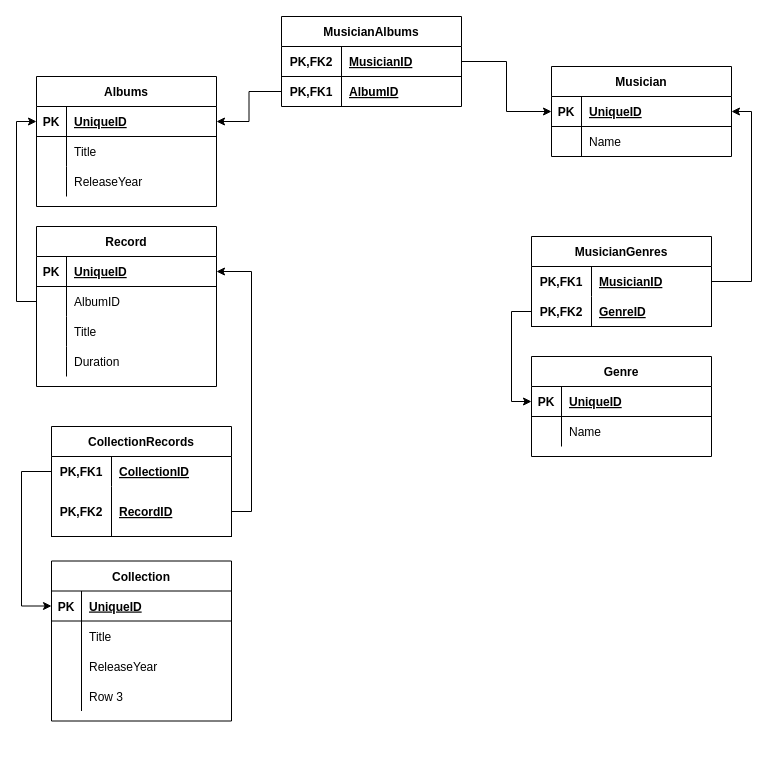
Before: Untitled Diagram.drawio in d-ival/ideamusic, a draw.io diagram. Source tidied: cells renumbered, new cells numbered last; positions are measured from the earlier drawing's top-left corner, leaving out a move shared by most shapes. Both pictures are drawn from the tidied source at 100%, with x=0, y=0 at pixel (21, 16).
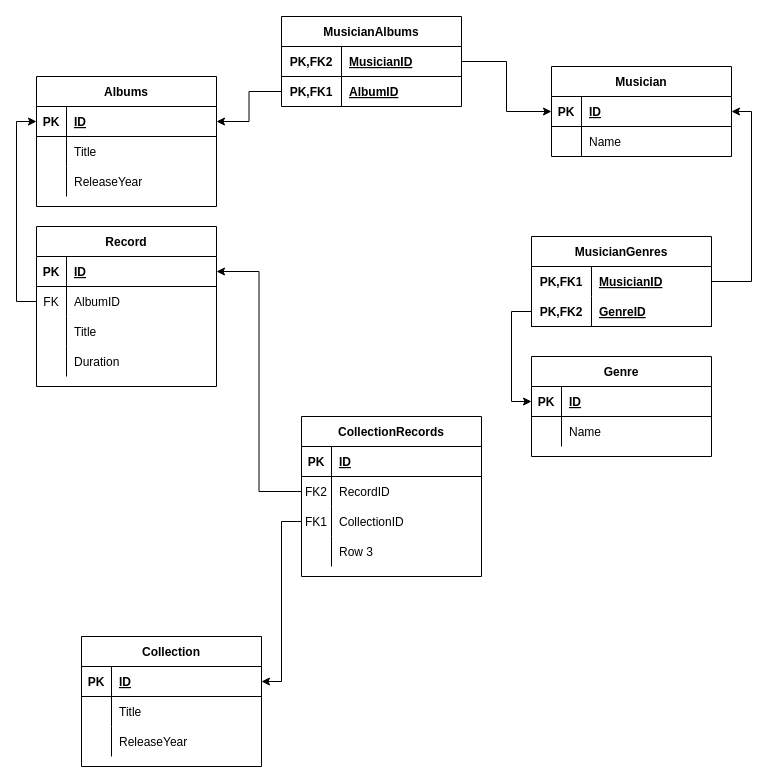
The same diagram, later.

Unchanged cells that the change refers to:
```xml
<mxCell id="3" style="shape=partialRectangle;fillColor=none;top=0;left=0;bottom=1;right=0;points=[[0,0.5],[1,0.5]];portConstraint=eastwest;" parent="2" vertex="1">
  <mxGeometry y="30" width="180" height="30" as="geometry" />
</mxCell>
<mxCell id="24" style="shape=partialRectangle;fillColor=none;top=0;left=0;bottom=1;right=0;points=[[0,0.5],[1,0.5]];portConstraint=eastwest;" parent="23" vertex="1">
  <mxGeometry y="30" width="180" height="30" as="geometry" />
</mxCell>
<mxCell id="39" style="shape=partialRectangle;fillColor=none;top=0;left=0;bottom=1;right=0;points=[[0,0.5],[1,0.5]];portConstraint=eastwest;" parent="38" vertex="1">
  <mxGeometry y="30" width="180" height="30" as="geometry" />
</mxCell>
<mxCell id="48" style="shape=partialRectangle;fillColor=none;top=0;left=0;bottom=1;right=0;points=[[0,0.5],[1,0.5]];portConstraint=eastwest;" parent="47" vertex="1">
  <mxGeometry y="30" width="180" height="30" as="geometry" />
</mxCell>
<mxCell id="51" style="shape=partialRectangle;fillColor=none;top=0;left=0;bottom=0;right=0;points=[[0,0.5],[1,0.5]];portConstraint=eastwest;" parent="47" vertex="1">
  <mxGeometry y="60" width="180" height="30" as="geometry" />
</mxCell>
<mxCell id="68" style="shape=partialRectangle;fillColor=none;top=0;left=0;bottom=1;right=0;points=[[0,0.5],[1,0.5]];portConstraint=eastwest;" parent="67" vertex="1">
  <mxGeometry y="30" width="180" height="30" as="geometry" />
</mxCell>
```

What changed in the source:
```diff
@@
-    <mxCell id="5" value="UniqueID" style="shape=partialRectangle;fillColor=none;top=0;left=0;bottom=0;right=0;align=left;spacingLeft=6;fontStyle=5;overflow=hidden;" parent="3" vertex="1">
+    <mxCell id="5" value="ID" style="shape=partialRectangle;fillColor=none;top=0;left=0;bottom=0;right=0;align=left;spacingLeft=6;fontStyle=5;overflow=hidden;" parent="3" vertex="1">
       <mxGeometry x="30" width="150" height="30" as="geometry" />
     </mxCell>
@@
-    <mxCell id="26" value="UniqueID" style="shape=partialRectangle;fillColor=none;top=0;left=0;bottom=0;right=0;align=left;spacingLeft=6;fontStyle=5;overflow=hidden;" parent="24" vertex="1">
+    <mxCell id="26" value="ID" style="shape=partialRectangle;fillColor=none;top=0;left=0;bottom=0;right=0;align=left;spacingLeft=6;fontStyle=5;overflow=hidden;" parent="24" vertex="1">
       <mxGeometry x="30" width="150" height="30" as="geometry" />
     </mxCell>
@@
-    <mxCell id="41" value="UniqueID" style="shape=partialRectangle;fillColor=none;top=0;left=0;bottom=0;right=0;align=left;spacingLeft=6;fontStyle=5;overflow=hidden;" parent="39" vertex="1">
+    <mxCell id="41" value="ID" style="shape=partialRectangle;fillColor=none;top=0;left=0;bottom=0;right=0;align=left;spacingLeft=6;fontStyle=5;overflow=hidden;" parent="39" vertex="1">
       <mxGeometry x="30" width="150" height="30" as="geometry" />
     </mxCell>
@@
-    <mxCell id="45" style="edgeStyle=orthogonalEdgeStyle;rounded=0;jettySize=auto;html=1;entryX=0;entryY=0.5;entryDx=0;entryDy=0;exitX=0;exitY=0.5;exitDx=0;exitDy=0;" parent="1" edge="1" source="61" target="68">
-      <mxGeometry relative="1" as="geometry">
-        <Array as="points">
-          <mxPoint y="455" />
-          <mxPoint y="590" />
-        </Array>
-      </mxGeometry>
-    </mxCell>
-    <mxCell id="46" style="edgeStyle=orthogonalEdgeStyle;rounded=0;jettySize=auto;html=1;entryX=1;entryY=0.5;entryDx=0;entryDy=0;" parent="1" edge="1" source="64" target="48">
-      <mxGeometry relative="1" as="geometry">
-        <Array as="points">
-          <mxPoint x="230" y="495" />
-          <mxPoint x="230" y="255" />
-        </Array>
-      </mxGeometry>
-    </mxCell>
@@
-    <mxCell id="50" value="UniqueID" style="shape=partialRectangle;fillColor=none;top=0;left=0;bottom=0;right=0;align=left;spacingLeft=6;fontStyle=5;overflow=hidden;" parent="48" vertex="1">
+    <mxCell id="50" value="ID" style="shape=partialRectangle;fillColor=none;top=0;left=0;bottom=0;right=0;align=left;spacingLeft=6;fontStyle=5;overflow=hidden;" parent="48" vertex="1">
       <mxGeometry x="30" width="150" height="30" as="geometry" />
     </mxCell>
@@
-    <mxCell id="52" style="shape=partialRectangle;fillColor=none;top=0;left=0;bottom=0;right=0;overflow=hidden;" parent="51" vertex="1">
+    <mxCell id="52" value="FK" style="shape=partialRectangle;fillColor=none;top=0;left=0;bottom=0;right=0;overflow=hidden;" parent="51" vertex="1">
       <mxGeometry width="30" height="30" as="geometry" />
     </mxCell>
@@
-    <mxCell id="60" value="CollectionRecords" style="shape=table;startSize=30;childLayout=tableLayout;rowLines=0;fontStyle=1;align=center;" parent="1" vertex="1">
-      <mxGeometry x="30" y="410" width="180" height="110" as="geometry" />
-    </mxCell>
-    <mxCell id="61" style="shape=partialRectangle;fillColor=none;top=0;left=0;bottom=0;right=0;points=[[0,0.5],[1,0.5]];portConstraint=eastwest;" parent="60" vertex="1">
-      <mxGeometry y="30" width="180" height="30" as="geometry" />
-    </mxCell>
-    <mxCell id="62" value="PK,FK1" style="shape=partialRectangle;fillColor=none;top=0;left=0;bottom=0;right=0;fontStyle=1;overflow=hidden;" parent="61" vertex="1">
-      <mxGeometry width="60" height="30" as="geometry" />
-    </mxCell>
-    <mxCell id="63" value="CollectionID" style="shape=partialRectangle;fillColor=none;top=0;left=0;bottom=0;right=0;align=left;spacingLeft=6;fontStyle=5;overflow=hidden;" parent="61" vertex="1">
-      <mxGeometry x="60" width="120" height="30" as="geometry" />
-    </mxCell>
-    <mxCell id="64" style="shape=partialRectangle;fillColor=none;top=0;left=0;bottom=1;right=0;points=[[0,0.5],[1,0.5]];portConstraint=eastwest;" parent="60" vertex="1">
-      <mxGeometry y="60" width="180" height="50" as="geometry" />
-    </mxCell>
-    <mxCell id="65" value="PK,FK2" style="shape=partialRectangle;fillColor=none;top=0;left=0;bottom=0;right=0;fontStyle=1;overflow=hidden;" parent="64" vertex="1">
-      <mxGeometry width="60" height="50" as="geometry" />
-    </mxCell>
-    <mxCell id="66" value="RecordID" style="shape=partialRectangle;fillColor=none;top=0;left=0;bottom=0;right=0;align=left;spacingLeft=6;fontStyle=5;overflow=hidden;" parent="64" vertex="1">
-      <mxGeometry x="60" width="120" height="50" as="geometry" />
-    </mxCell>
     <mxCell id="67" value="Collection" style="shape=table;startSize=30;childLayout=tableLayout;rowLines=0;fontStyle=1;align=center;" parent="1" vertex="1">
-      <mxGeometry x="30" y="544.5" width="180" height="160" as="geometry" />
+      <mxGeometry x="60" y="620" width="180" height="130" as="geometry" />
     </mxCell>
@@
-    <mxCell id="70" value="UniqueID" style="shape=partialRectangle;fillColor=none;top=0;left=0;bottom=0;right=0;align=left;spacingLeft=6;fontStyle=5;overflow=hidden;" parent="68" vertex="1">
+    <mxCell id="70" value="ID" style="shape=partialRectangle;fillColor=none;top=0;left=0;bottom=0;right=0;align=left;spacingLeft=6;fontStyle=5;overflow=hidden;" parent="68" vertex="1">
       <mxGeometry x="30" width="150" height="30" as="geometry" />
     </mxCell>
@@
+    <mxCell id="80" style="edgeStyle=orthogonalEdgeStyle;rounded=0;jettySize=auto;html=1;" parent="1" edge="1" source="86" target="68">
+      <mxGeometry relative="1" as="geometry" />
+    </mxCell>
+    <mxCell id="60" value="CollectionRecords" style="shape=table;startSize=30;childLayout=tableLayout;rowLines=0;fontStyle=1;align=center;" parent="1" vertex="1">
+      <mxGeometry x="280" y="400" width="180" height="160" as="geometry" />
+    </mxCell>
+    <mxCell id="81" style="shape=partialRectangle;fillColor=none;top=0;left=0;bottom=1;right=0;" parent="60" vertex="1">
+      <mxGeometry y="30" width="180" height="30" as="geometry" />
+    </mxCell>
+    <mxCell id="82" value="PK" style="shape=partialRectangle;fillColor=none;top=0;left=0;bottom=0;right=0;fontStyle=1;overflow=hidden;" parent="81" vertex="1">
+      <mxGeometry width="30" height="30" as="geometry" />
+    </mxCell>
+    <mxCell id="83" value="ID" style="shape=partialRectangle;fillColor=none;top=0;left=0;bottom=0;right=0;align=left;spacingLeft=6;fontStyle=5;overflow=hidden;" parent="81" vertex="1">
+      <mxGeometry x="30" width="150" height="30" as="geometry" />
+    </mxCell>
+    <mxCell id="84" style="shape=partialRectangle;fillColor=none;top=0;left=0;bottom=0;right=0;points=[[0,0.5],[1,0.5]];portConstraint=eastwest;" parent="60" vertex="1">
+      <mxGeometry y="60" width="180" height="30" as="geometry" />
+    </mxCell>
+    <mxCell id="85" value="FK2" style="shape=partialRectangle;fillColor=none;top=0;left=0;bottom=0;right=0;overflow=hidden;" parent="84" vertex="1">
+      <mxGeometry width="30" height="30" as="geometry" />
+    </mxCell>
+    <mxCell id="66" value="RecordID" style="shape=partialRectangle;fillColor=none;top=0;left=0;bottom=0;right=0;align=left;spacingLeft=6;overflow=hidden;" parent="84" vertex="1">
+      <mxGeometry x="30" width="150" height="30" as="geometry" />
+    </mxCell>
+    <mxCell id="86" style="shape=partialRectangle;fillColor=none;top=0;left=0;bottom=0;right=0;points=[[0,0.5],[1,0.5]];portConstraint=eastwest;" parent="60" vertex="1">
+      <mxGeometry y="90" width="180" height="30" as="geometry" />
+    </mxCell>
+    <mxCell id="87" value="FK1" style="shape=partialRectangle;fillColor=none;top=0;left=0;bottom=0;right=0;overflow=hidden;" parent="86" vertex="1">
+      <mxGeometry width="30" height="30" as="geometry" />
+    </mxCell>
+    <mxCell id="63" value="CollectionID" style="shape=partialRectangle;fillColor=none;top=0;left=0;bottom=0;right=0;align=left;spacingLeft=6;overflow=hidden;" parent="86" vertex="1">
+      <mxGeometry x="30" width="150" height="30" as="geometry" />
+    </mxCell>
-    <mxCell id="77" style="shape=partialRectangle;fillColor=none;top=0;left=0;bottom=0;right=0;" parent="67" vertex="1">
+    <mxCell id="77" style="shape=partialRectangle;fillColor=none;top=0;left=0;bottom=0;right=0;" parent="60" vertex="1">
       <mxGeometry y="120" width="180" height="30" as="geometry" />
     </mxCell>
@@
+    <mxCell id="88" style="edgeStyle=orthogonalEdgeStyle;rounded=0;jettySize=auto;html=1;entryX=1;entryY=0.5;entryDx=0;entryDy=0;" parent="1" edge="1" source="84" target="48">
+      <mxGeometry relative="1" as="geometry" />
+    </mxCell>
```
